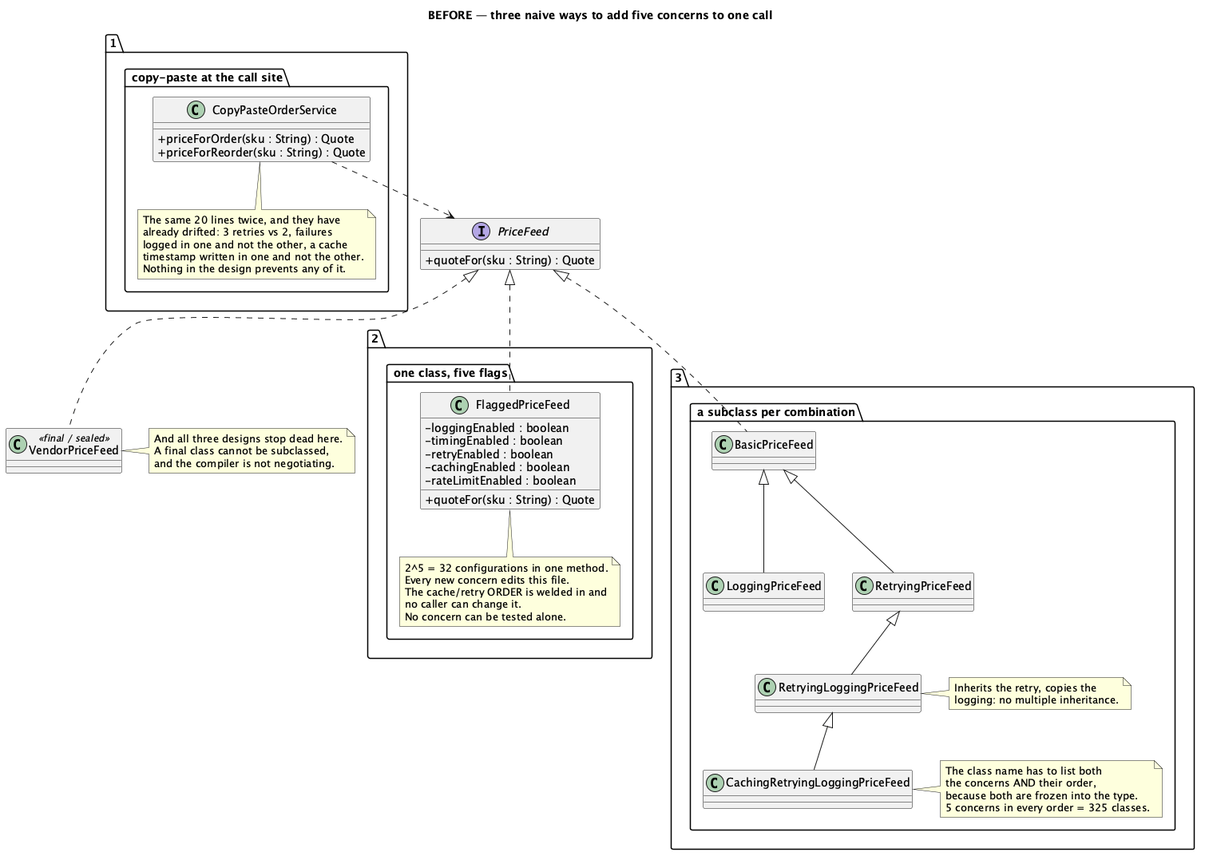
Above: src/main/java/dev/kaldiroglu/dp/structural/decorator/middleware/problem/uml/Decorator-Middleware-Problem.png in kaldiroglu/DesignPatternsWithJava (PlantUML), before the change. Its diagram source:
```plantuml
@startuml Decorator-Middleware-Problem
skinparam classAttributeIconSize 0
title BEFORE — three naive ways to add five concerns to one call

interface PriceFeed {
  + quoteFor(sku : String) : Quote
}

package "1. copy-paste at the call site" {
  class CopyPasteOrderService {
    + priceForOrder(sku : String) : Quote
    + priceForReorder(sku : String) : Quote
  }
  note bottom of CopyPasteOrderService
    The same 20 lines twice, and they have
    already drifted: 3 retries vs 2, failures
    logged in one and not the other, a cache
    timestamp written in one and not the other.
    Nothing in the design prevents any of it.
  end note
}

package "2. one class, five flags" {
  class FlaggedPriceFeed {
    - loggingEnabled : boolean
    - timingEnabled : boolean
    - retryEnabled : boolean
    - cachingEnabled : boolean
    - rateLimitEnabled : boolean
    + quoteFor(sku : String) : Quote
  }
  note bottom of FlaggedPriceFeed
    2^5 = 32 configurations in one method.
    Every new concern edits this file.
    The cache/retry ORDER is welded in and
    no caller can change it.
    No concern can be tested alone.
  end note
}

package "3. a subclass per combination" {
  class BasicPriceFeed
  class LoggingPriceFeed
  class RetryingPriceFeed
  class RetryingLoggingPriceFeed
  class CachingRetryingLoggingPriceFeed

  BasicPriceFeed <|-- LoggingPriceFeed
  BasicPriceFeed <|-- RetryingPriceFeed
  RetryingPriceFeed <|-- RetryingLoggingPriceFeed
  RetryingLoggingPriceFeed <|-- CachingRetryingLoggingPriceFeed

  note right of RetryingLoggingPriceFeed
    Inherits the retry, copies the
    logging: no multiple inheritance.
  end note
  note right of CachingRetryingLoggingPriceFeed
    The class name has to list both
    the concerns AND their order,
    because both are frozen into the type.
    5 concerns in every order = 325 classes.
  end note
}

PriceFeed <|.. FlaggedPriceFeed
PriceFeed <|.. BasicPriceFeed
CopyPasteOrderService ..> PriceFeed

class VendorPriceFeed <<final / sealed>>
PriceFeed <|.. VendorPriceFeed
note right of VendorPriceFeed
  And all three designs stop dead here.
  A final class cannot be subclassed,
  and the compiler is not negotiating.
end note

@enduml
```
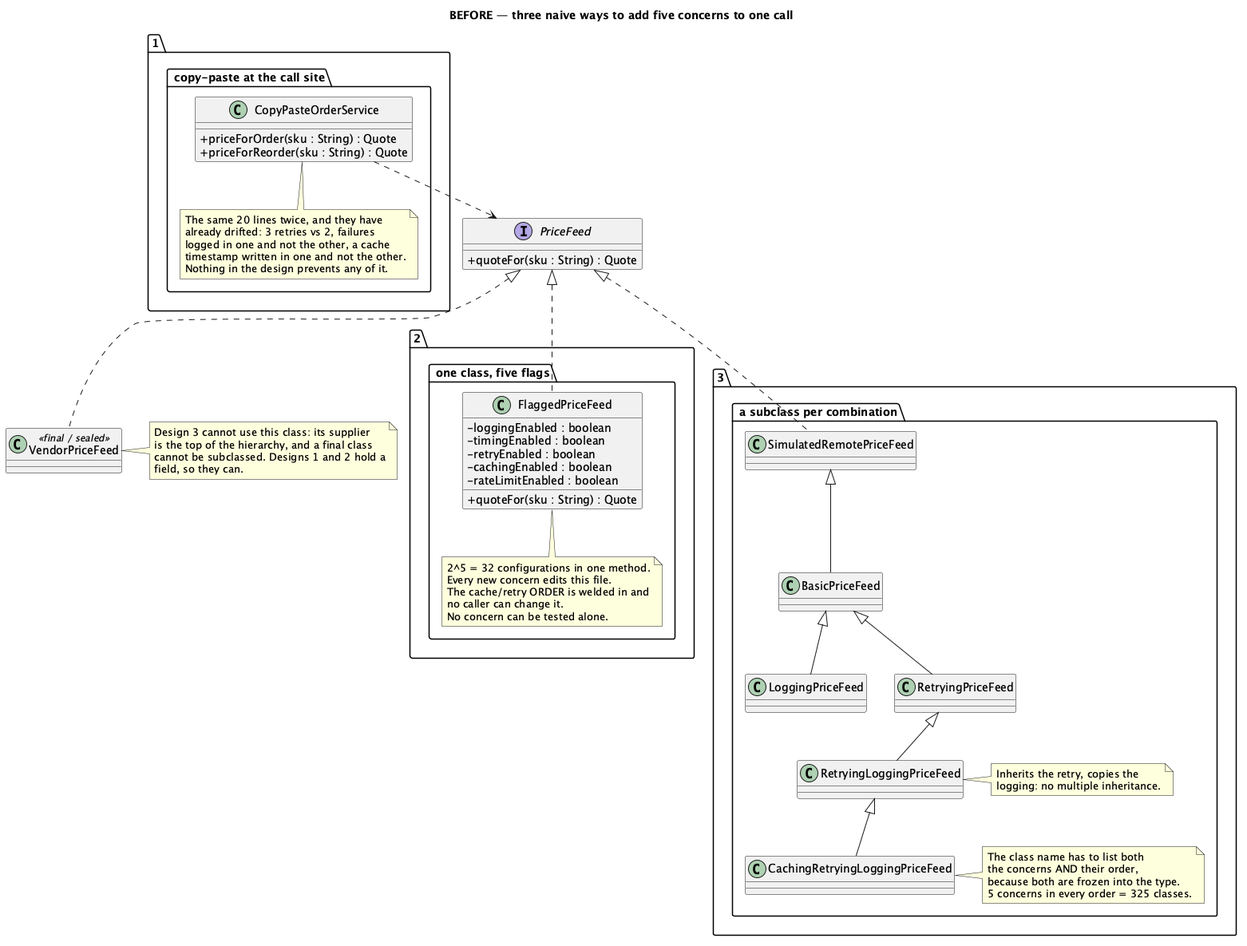
After the commit.

Diff of the diagram source:
```diff
@@ -39,12 +39,14 @@
 }
 
 package "3. a subclass per combination" {
+  class SimulatedRemotePriceFeed
   class BasicPriceFeed
   class LoggingPriceFeed
   class RetryingPriceFeed
   class RetryingLoggingPriceFeed
   class CachingRetryingLoggingPriceFeed
 
+  SimulatedRemotePriceFeed <|-- BasicPriceFeed
   BasicPriceFeed <|-- LoggingPriceFeed
   BasicPriceFeed <|-- RetryingPriceFeed
   RetryingPriceFeed <|-- RetryingLoggingPriceFeed
@@ -63,15 +65,16 @@
 }
 
 PriceFeed <|.. FlaggedPriceFeed
-PriceFeed <|.. BasicPriceFeed
+PriceFeed <|.. SimulatedRemotePriceFeed
 CopyPasteOrderService ..> PriceFeed
 
 class VendorPriceFeed <<final / sealed>>
 PriceFeed <|.. VendorPriceFeed
 note right of VendorPriceFeed
-  And all three designs stop dead here.
-  A final class cannot be subclassed,
-  and the compiler is not negotiating.
+  Design 3 cannot use this class: its supplier
+  is the top of the hierarchy, and a final class
+  cannot be subclassed. Designs 1 and 2 hold a
+  field, so they can.
 end note
 
 @enduml
```
